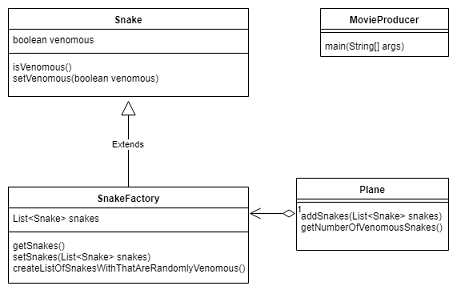
The draw.io diagram src/UML Diagram.png in ivanavukasinovic/Lesson8, before a commit. Source tidied: cells renumbered, new cells last; positions are measured from the earlier drawing's top-left corner, leaving out a move shared by most shapes. The source it was exported from:
```xml
<mxGraphModel>
  <root>
    <mxCell id="0" />
    <mxCell id="1" parent="0" />
    <mxCell id="2" value="MovieProducer" style="swimlane;fontStyle=1;align=center;verticalAlign=top;horizontal=1;startSize=26;" parent="1" vertex="1">
      <mxGeometry x="390" width="160" height="60" as="geometry" />
    </mxCell>
    <mxCell id="3" style="line;strokeWidth=1;fillColor=none;align=left;verticalAlign=middle;spacingTop=-1;spacingLeft=3;spacingRight=3;labelPosition=right;" parent="2" vertex="1">
      <mxGeometry y="26" width="160" height="8" as="geometry" />
    </mxCell>
    <mxCell id="4" value="main(String[] args)" style="text;strokeColor=none;fillColor=none;align=left;verticalAlign=top;spacingLeft=4;spacingRight=4;overflow=hidden;" parent="2" vertex="1">
      <mxGeometry y="34" width="160" height="26" as="geometry" />
    </mxCell>
    <mxCell id="5" value="SnakeFactory" style="swimlane;fontStyle=1;align=center;verticalAlign=top;horizontal=1;startSize=26;" parent="1" vertex="1">
      <mxGeometry y="223" width="300" height="120" as="geometry" />
    </mxCell>
    <mxCell id="6" value="List&lt;Snake&gt; snakes" style="text;strokeColor=none;fillColor=none;align=left;verticalAlign=top;spacingLeft=4;spacingRight=4;overflow=hidden;points=[[0,0.5],[1,0.5]];portConstraint=eastwest;" parent="5" vertex="1">
      <mxGeometry y="26" width="300" height="26" as="geometry" />
    </mxCell>
    <mxCell id="7" style="line;strokeWidth=1;fillColor=none;align=left;verticalAlign=middle;spacingTop=-1;spacingLeft=3;spacingRight=3;labelPosition=right;" parent="5" vertex="1">
      <mxGeometry y="52" width="300" height="8" as="geometry" />
    </mxCell>
    <mxCell id="8" value="getSnakes()&#10;setSnakes(List&lt;Snake&gt; snakes)&#10;createListOfSnakesWithThatAreRandomlyVenomous()&#10;&#10;" style="text;strokeColor=none;fillColor=none;align=left;verticalAlign=top;spacingLeft=4;spacingRight=4;overflow=hidden;" parent="5" vertex="1">
      <mxGeometry y="60" width="300" height="60" as="geometry" />
    </mxCell>
    <mxCell id="9" value="Snake" style="swimlane;fontStyle=1;align=center;verticalAlign=top;horizontal=1;startSize=26;" parent="1" vertex="1">
      <mxGeometry width="300" height="110" as="geometry" />
    </mxCell>
    <mxCell id="10" value="boolean venomous" style="text;strokeColor=none;fillColor=none;align=left;verticalAlign=top;spacingLeft=4;spacingRight=4;overflow=hidden;" parent="9" vertex="1">
      <mxGeometry y="26" width="300" height="26" as="geometry" />
    </mxCell>
    <mxCell id="11" style="line;strokeWidth=1;fillColor=none;align=left;verticalAlign=middle;spacingTop=-1;spacingLeft=3;spacingRight=3;labelPosition=right;" parent="9" vertex="1">
      <mxGeometry y="52" width="300" height="8" as="geometry" />
    </mxCell>
    <mxCell id="12" value="isVenomous()&#10;setVenomous(boolean venomous)&#10;" style="text;strokeColor=none;fillColor=none;align=left;verticalAlign=top;spacingLeft=4;spacingRight=4;overflow=hidden;points=[[0,0.5],[1,0.5]];portConstraint=eastwest;" parent="9" vertex="1">
      <mxGeometry y="60" width="300" height="50" as="geometry" />
    </mxCell>
    <mxCell id="13" value="Extends" style="endArrow=block;endSize=16;endFill=0;html=1;entryX=0.5;entryY=1.1;entryDx=0;entryDy=0;entryPerimeter=0;exitX=0.5;exitY=0;exitDx=0;exitDy=0;" parent="1" edge="1" source="5" target="12">
      <mxGeometry relative="1" as="geometry" />
    </mxCell>
    <mxCell id="14" value="Plane" style="swimlane;fontStyle=1;align=center;verticalAlign=top;horizontal=1;startSize=26;" parent="1" vertex="1">
      <mxGeometry x="360" y="212" width="190" height="90" as="geometry" />
    </mxCell>
    <mxCell id="15" style="line;strokeWidth=1;fillColor=none;align=left;verticalAlign=middle;spacingTop=-1;spacingLeft=3;spacingRight=3;labelPosition=right;" parent="14" vertex="1">
      <mxGeometry y="26" width="190" height="8" as="geometry" />
    </mxCell>
    <mxCell id="16" value="addSnakes(List&lt;Snake&gt; snakes)&#10;getNumberOfVenomousSnakes()&#10;&#10;" style="text;strokeColor=none;fillColor=none;align=left;verticalAlign=top;spacingLeft=4;spacingRight=4;overflow=hidden;points=[[0,0.5],[1,0.5]];portConstraint=eastwest;" parent="14" vertex="1">
      <mxGeometry y="34" width="190" height="56" as="geometry" />
    </mxCell>
    <mxCell id="17" value="1" style="endArrow=open;html=1;endSize=12;startArrow=diamondThin;startSize=14;startFill=0;edgeStyle=orthogonalEdgeStyle;align=left;verticalAlign=bottom;exitX=-0.005;exitY=0.179;exitDx=0;exitDy=0;exitPerimeter=0;entryX=1.003;entryY=0.269;entryDx=0;entryDy=0;entryPerimeter=0;" parent="1" edge="1" source="16" target="6">
      <mxGeometry x="-1" y="3" relative="1" as="geometry" />
    </mxCell>
  </root>
</mxGraphModel>
```
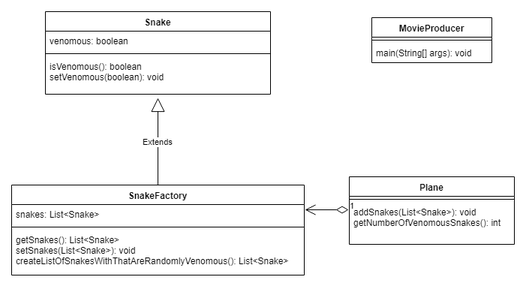
The same diagram one commit later.

Commit message:
UML Diagram

What changed in the source:
```diff
@@ -8,44 +8,44 @@
     <mxCell id="3" style="line;strokeWidth=1;fillColor=none;align=left;verticalAlign=middle;spacingTop=-1;spacingLeft=3;spacingRight=3;labelPosition=right;" parent="2" vertex="1">
       <mxGeometry y="26" width="160" height="8" as="geometry" />
     </mxCell>
-    <mxCell id="4" value="main(String[] args)" style="text;strokeColor=none;fillColor=none;align=left;verticalAlign=top;spacingLeft=4;spacingRight=4;overflow=hidden;" parent="2" vertex="1">
+    <mxCell id="4" value="main(String[] args): void" style="text;strokeColor=none;fillColor=none;align=left;verticalAlign=top;spacingLeft=4;spacingRight=4;overflow=hidden;" parent="2" vertex="1">
       <mxGeometry y="34" width="160" height="26" as="geometry" />
     </mxCell>
     <mxCell id="5" value="SnakeFactory" style="swimlane;fontStyle=1;align=center;verticalAlign=top;horizontal=1;startSize=26;" parent="1" vertex="1">
-      <mxGeometry y="223" width="300" height="120" as="geometry" />
+      <mxGeometry x="-90" y="223" width="390" height="120" as="geometry" />
     </mxCell>
-    <mxCell id="6" value="List&lt;Snake&gt; snakes" style="text;strokeColor=none;fillColor=none;align=left;verticalAlign=top;spacingLeft=4;spacingRight=4;overflow=hidden;points=[[0,0.5],[1,0.5]];portConstraint=eastwest;" parent="5" vertex="1">
-      <mxGeometry y="26" width="300" height="26" as="geometry" />
+    <mxCell id="6" value="snakes: List&lt;Snake&gt; " style="text;strokeColor=none;fillColor=none;align=left;verticalAlign=top;spacingLeft=4;spacingRight=4;overflow=hidden;points=[[0,0.5],[1,0.5]];portConstraint=eastwest;" parent="5" vertex="1">
+      <mxGeometry y="26" width="390" height="26" as="geometry" />
     </mxCell>
     <mxCell id="7" style="line;strokeWidth=1;fillColor=none;align=left;verticalAlign=middle;spacingTop=-1;spacingLeft=3;spacingRight=3;labelPosition=right;" parent="5" vertex="1">
-      <mxGeometry y="52" width="300" height="8" as="geometry" />
+      <mxGeometry y="52" width="390" height="8" as="geometry" />
     </mxCell>
-    <mxCell id="8" value="getSnakes()&#10;setSnakes(List&lt;Snake&gt; snakes)&#10;createListOfSnakesWithThatAreRandomlyVenomous()&#10;&#10;" style="text;strokeColor=none;fillColor=none;align=left;verticalAlign=top;spacingLeft=4;spacingRight=4;overflow=hidden;" parent="5" vertex="1">
-      <mxGeometry y="60" width="300" height="60" as="geometry" />
+    <mxCell id="8" value="getSnakes(): List&lt;Snake&gt;&#10;setSnakes(List&lt;Snake&gt;): void&#10;createListOfSnakesWithThatAreRandomlyVenomous(): List&lt;Snake&gt;&#10;&#10;" style="text;strokeColor=none;fillColor=none;align=left;verticalAlign=top;spacingLeft=4;spacingRight=4;overflow=hidden;" parent="5" vertex="1">
+      <mxGeometry y="60" width="390" height="60" as="geometry" />
     </mxCell>
     <mxCell id="9" value="Snake" style="swimlane;fontStyle=1;align=center;verticalAlign=top;horizontal=1;startSize=26;" parent="1" vertex="1">
-      <mxGeometry width="300" height="110" as="geometry" />
+      <mxGeometry x="-45" y="-8" width="300" height="110" as="geometry" />
     </mxCell>
-    <mxCell id="10" value="boolean venomous" style="text;strokeColor=none;fillColor=none;align=left;verticalAlign=top;spacingLeft=4;spacingRight=4;overflow=hidden;" parent="9" vertex="1">
+    <mxCell id="10" value="venomous: boolean" style="text;strokeColor=none;fillColor=none;align=left;verticalAlign=top;spacingLeft=4;spacingRight=4;overflow=hidden;" parent="9" vertex="1">
       <mxGeometry y="26" width="300" height="26" as="geometry" />
     </mxCell>
     <mxCell id="11" style="line;strokeWidth=1;fillColor=none;align=left;verticalAlign=middle;spacingTop=-1;spacingLeft=3;spacingRight=3;labelPosition=right;" parent="9" vertex="1">
       <mxGeometry y="52" width="300" height="8" as="geometry" />
     </mxCell>
-    <mxCell id="12" value="isVenomous()&#10;setVenomous(boolean venomous)&#10;" style="text;strokeColor=none;fillColor=none;align=left;verticalAlign=top;spacingLeft=4;spacingRight=4;overflow=hidden;points=[[0,0.5],[1,0.5]];portConstraint=eastwest;" parent="9" vertex="1">
+    <mxCell id="12" value="isVenomous(): boolean&#10;setVenomous(boolean): void&#10;" style="text;strokeColor=none;fillColor=none;align=left;verticalAlign=top;spacingLeft=4;spacingRight=4;overflow=hidden;points=[[0,0.5],[1,0.5]];portConstraint=eastwest;" parent="9" vertex="1">
       <mxGeometry y="60" width="300" height="50" as="geometry" />
     </mxCell>
     <mxCell id="13" value="Extends" style="endArrow=block;endSize=16;endFill=0;html=1;entryX=0.5;entryY=1.1;entryDx=0;entryDy=0;entryPerimeter=0;exitX=0.5;exitY=0;exitDx=0;exitDy=0;" parent="1" edge="1" source="5" target="12">
       <mxGeometry relative="1" as="geometry" />
     </mxCell>
     <mxCell id="14" value="Plane" style="swimlane;fontStyle=1;align=center;verticalAlign=top;horizontal=1;startSize=26;" parent="1" vertex="1">
-      <mxGeometry x="360" y="212" width="190" height="90" as="geometry" />
+      <mxGeometry x="360" y="212" width="220" height="90" as="geometry" />
     </mxCell>
     <mxCell id="15" style="line;strokeWidth=1;fillColor=none;align=left;verticalAlign=middle;spacingTop=-1;spacingLeft=3;spacingRight=3;labelPosition=right;" parent="14" vertex="1">
-      <mxGeometry y="26" width="190" height="8" as="geometry" />
+      <mxGeometry y="26" width="220" height="8" as="geometry" />
     </mxCell>
-    <mxCell id="16" value="addSnakes(List&lt;Snake&gt; snakes)&#10;getNumberOfVenomousSnakes()&#10;&#10;" style="text;strokeColor=none;fillColor=none;align=left;verticalAlign=top;spacingLeft=4;spacingRight=4;overflow=hidden;points=[[0,0.5],[1,0.5]];portConstraint=eastwest;" parent="14" vertex="1">
-      <mxGeometry y="34" width="190" height="56" as="geometry" />
+    <mxCell id="16" value="addSnakes(List&lt;Snake&gt;): void&#10;getNumberOfVenomousSnakes(): int&#10;&#10;" style="text;strokeColor=none;fillColor=none;align=left;verticalAlign=top;spacingLeft=4;spacingRight=4;overflow=hidden;points=[[0,0.5],[1,0.5]];portConstraint=eastwest;" parent="14" vertex="1">
+      <mxGeometry y="34" width="220" height="56" as="geometry" />
     </mxCell>
     <mxCell id="17" value="1" style="endArrow=open;html=1;endSize=12;startArrow=diamondThin;startSize=14;startFill=0;edgeStyle=orthogonalEdgeStyle;align=left;verticalAlign=bottom;exitX=-0.005;exitY=0.179;exitDx=0;exitDy=0;exitPerimeter=0;entryX=1.003;entryY=0.269;entryDx=0;entryDy=0;entryPerimeter=0;" parent="1" edge="1" source="16" target="6">
       <mxGeometry x="-1" y="3" relative="1" as="geometry" />
```
